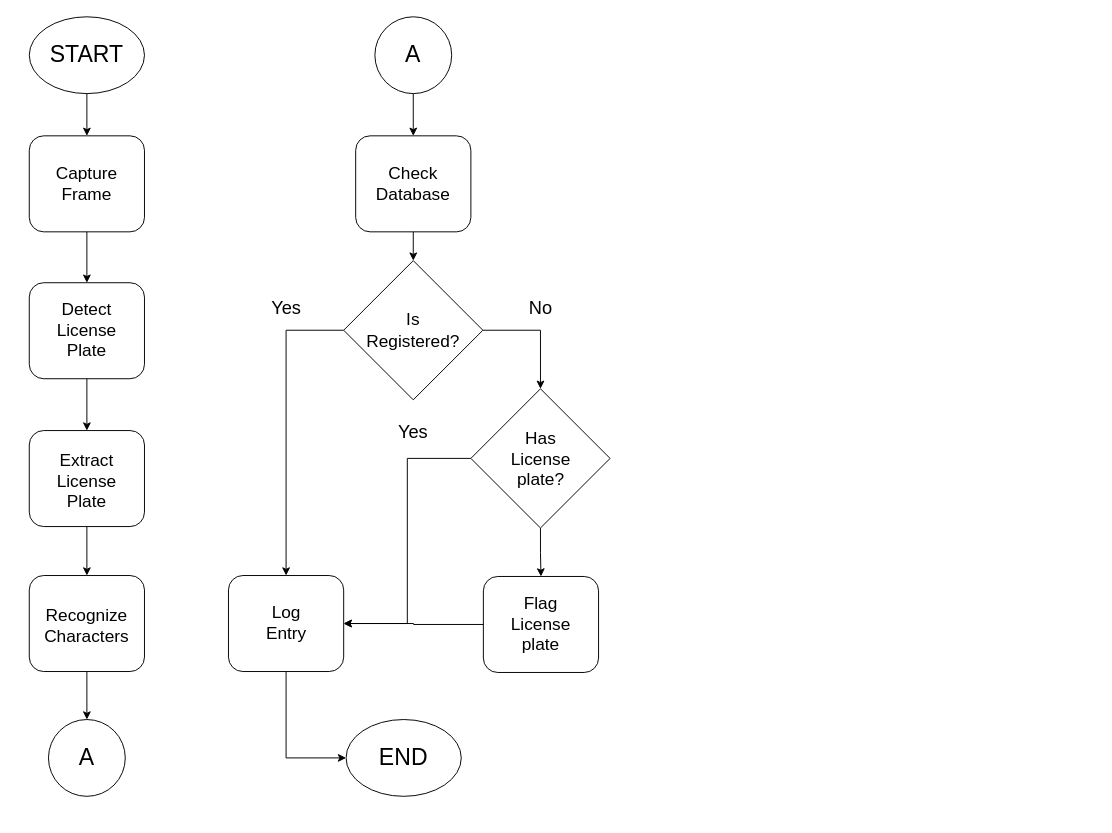
joshuabautista-cyber/Diagrams keeps this draw.io diagram as Flowchart.drawio. Above is the earlier version. Source tidied: cells renumbered, new cells numbered last; positions are measured from the earlier drawing's top-left corner, leaving out a move shared by most shapes. Both pictures are drawn from the tidied source at 96%, with x=0, y=0 at pixel (29, 16).
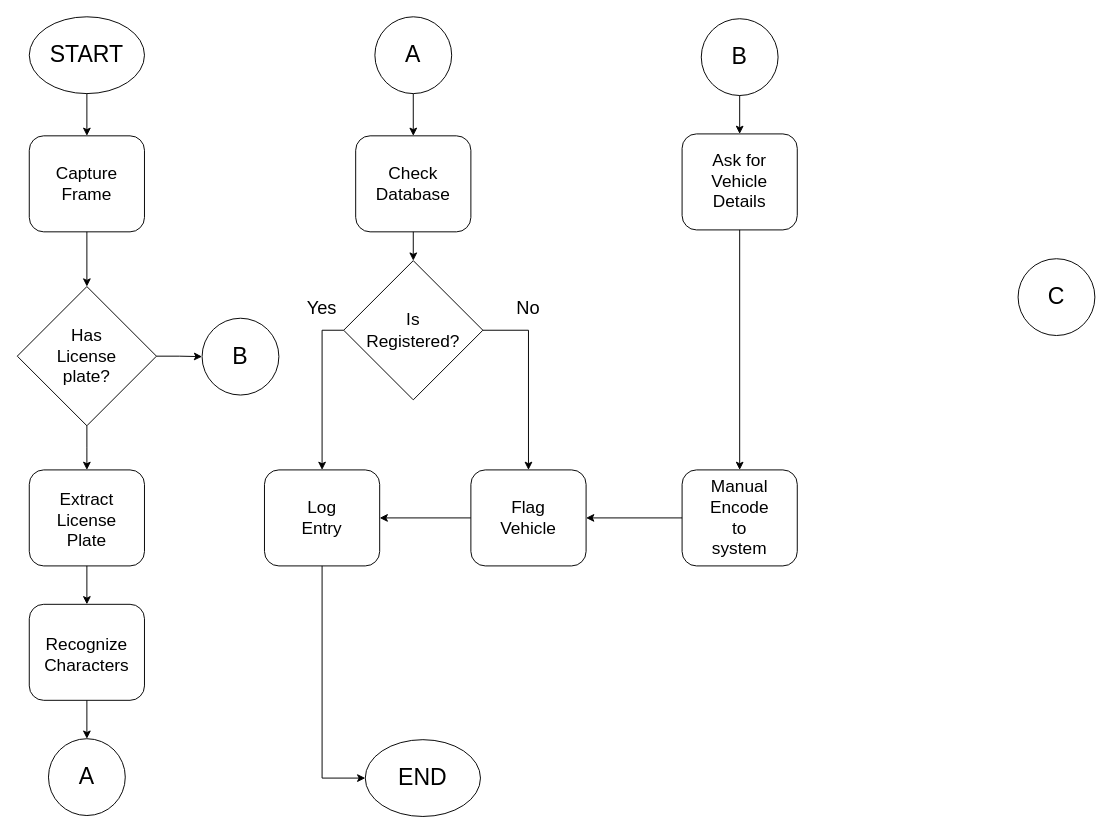
The same page after the edit.

The change refers to these unchanged cells:
```xml
<mxCell id="7" style="rounded=1;whiteSpace=wrap;html=1;" parent="6" vertex="1">
  <mxGeometry width="120" height="100" as="geometry" />
</mxCell>
<mxCell id="10" style="rounded=1;whiteSpace=wrap;html=1;" parent="9" vertex="1">
  <mxGeometry width="120" height="100" as="geometry" />
</mxCell>
<mxCell id="19" style="rounded=1;whiteSpace=wrap;html=1;" parent="18" vertex="1">
  <mxGeometry width="120" height="100" as="geometry" />
</mxCell>
<mxCell id="35" style="rounded=1;whiteSpace=wrap;html=1;" parent="34" vertex="1">
  <mxGeometry width="120" height="100" as="geometry" />
</mxCell>
<mxCell id="39" style="rhombus;whiteSpace=wrap;html=1;" parent="38" vertex="1">
  <mxGeometry width="145" height="145" as="geometry" />
</mxCell>
<mxCell id="47" style="rounded=1;whiteSpace=wrap;html=1;" parent="46" vertex="1">
  <mxGeometry width="120" height="100" as="geometry" />
</mxCell>
```

Change to the diagram source:
```diff
@@
-    <mxCell id="2" style="ellipse;whiteSpace=wrap;html=1;" parent="1" vertex="1">
-      <mxGeometry x="20" y="732" width="80" height="80" as="geometry" />
-    </mxCell>
@@
     <mxCell id="9" style="group;" parent="1" vertex="1">
-      <mxGeometry y="277" width="120" height="100" as="geometry" />
+      <mxGeometry y="472" width="120" height="100" as="geometry" />
     </mxCell>
@@
-    <mxCell id="11" value="&lt;font style=&quot;font-size: 18px;&quot;&gt;Detect License Plate&lt;/font&gt;" style="text;html=1;whiteSpace=wrap;strokeColor=none;fillColor=none;align=center;verticalAlign=middle;rounded=0;" parent="9" vertex="1">
-      <mxGeometry x="30" y="35" width="60" height="30" as="geometry" />
-    </mxCell>
+    <mxCell id="15" value="&lt;font style=&quot;font-size: 18px;&quot;&gt;Extract&lt;/font&gt;&lt;div&gt;&lt;font style=&quot;font-size: 18px;&quot;&gt;License Plate&lt;/font&gt;&lt;/div&gt;" style="text;html=1;whiteSpace=wrap;strokeColor=none;fillColor=none;align=center;verticalAlign=middle;rounded=0;" parent="9" vertex="1">
+      <mxGeometry x="30" y="40" width="60" height="25" as="geometry" />
+    </mxCell>
@@
-    <mxCell id="13" style="group;" parent="1" vertex="1">
-      <mxGeometry y="431" width="120" height="100" as="geometry" />
-    </mxCell>
-    <mxCell id="14" style="rounded=1;whiteSpace=wrap;html=1;" parent="13" vertex="1">
-      <mxGeometry width="120" height="100" as="geometry" />
-    </mxCell>
-    <mxCell id="15" value="&lt;font style=&quot;font-size: 18px;&quot;&gt;Extract&lt;/font&gt;&lt;div&gt;&lt;font style=&quot;font-size: 18px;&quot;&gt;License Plate&lt;/font&gt;&lt;/div&gt;" style="text;html=1;whiteSpace=wrap;strokeColor=none;fillColor=none;align=center;verticalAlign=middle;rounded=0;" parent="13" vertex="1">
-      <mxGeometry x="30" y="40" width="60" height="25" as="geometry" />
-    </mxCell>
-    <mxCell id="16" style="edgeStyle=orthogonalEdgeStyle;rounded=0;jettySize=auto;html=1;" parent="1" edge="1" source="7" target="10">
-      <mxGeometry relative="1" as="geometry" />
-    </mxCell>
-    <mxCell id="17" style="edgeStyle=orthogonalEdgeStyle;rounded=0;jettySize=auto;html=1;" parent="1" edge="1" source="10" target="14">
-      <mxGeometry relative="1" as="geometry" />
-    </mxCell>
     <mxCell id="18" style="group;" parent="1" vertex="1">
-      <mxGeometry y="582" width="120" height="100" as="geometry" />
+      <mxGeometry y="612" width="120" height="100" as="geometry" />
     </mxCell>
@@
-    <mxCell id="21" style="edgeStyle=orthogonalEdgeStyle;rounded=0;jettySize=auto;html=1;exitX=0.5;exitY=1;exitDx=0;exitDy=0;entryX=0.5;entryY=0;entryDx=0;entryDy=0;" parent="1" edge="1" source="14" target="19">
-      <mxGeometry relative="1" as="geometry" />
-    </mxCell>
-    <mxCell id="22" value="&lt;font style=&quot;font-size: 24px;&quot;&gt;A&lt;/font&gt;" style="text;html=1;whiteSpace=wrap;strokeColor=none;fillColor=none;align=center;verticalAlign=middle;rounded=0;" parent="1" vertex="1">
-      <mxGeometry x="30" y="757" width="60" height="30" as="geometry" />
-    </mxCell>
-    <mxCell id="23" style="edgeStyle=orthogonalEdgeStyle;rounded=0;jettySize=auto;html=1;exitX=0.5;exitY=1;exitDx=0;exitDy=0;entryX=0.5;entryY=0;entryDx=0;entryDy=0;" parent="1" edge="1" source="19" target="2">
-      <mxGeometry relative="1" as="geometry" />
-    </mxCell>
@@
-    <mxCell id="30" style="edgeStyle=orthogonalEdgeStyle;rounded=0;jettySize=auto;html=1;exitX=1;exitY=0.5;exitDx=0;exitDy=0;entryX=0.5;entryY=0;entryDx=0;entryDy=0;" parent="1" edge="1" source="39" target="42">
-      <mxGeometry relative="1" as="geometry" />
-    </mxCell>
@@
     <mxCell id="33" value="&lt;font style=&quot;font-size: 19px;&quot;&gt;No&lt;/font&gt;" style="text;html=1;whiteSpace=wrap;strokeColor=none;fillColor=none;align=center;verticalAlign=middle;rounded=0;" parent="1" vertex="1">
-      <mxGeometry x="502.5" y="289" width="60" height="30" as="geometry" />
+      <mxGeometry x="490" y="289" width="60" height="30" as="geometry" />
     </mxCell>
     <mxCell id="34" style="group;" parent="1" vertex="1">
-      <mxGeometry x="207.5" y="582" width="120" height="100" as="geometry" />
+      <mxGeometry x="245" y="472" width="120" height="100" as="geometry" />
     </mxCell>
@@
-    <mxCell id="37" style="edgeStyle=orthogonalEdgeStyle;rounded=0;jettySize=auto;html=1;entryX=1;entryY=0.5;entryDx=0;entryDy=0;exitX=0;exitY=0.5;exitDx=0;exitDy=0;" parent="1" edge="1" source="42" target="35">
-      <mxGeometry relative="1" as="geometry" />
-    </mxCell>
@@
-    <mxCell id="41" style="group;" parent="1" vertex="1">
-      <mxGeometry x="460" y="387.5" width="145" height="145" as="geometry" />
-    </mxCell>
-    <mxCell id="42" style="rhombus;whiteSpace=wrap;html=1;" parent="41" vertex="1">
-      <mxGeometry width="145" height="145" as="geometry" />
-    </mxCell>
-    <mxCell id="43" value="&lt;font style=&quot;font-size: 18px;&quot;&gt;Has License plate?&lt;/font&gt;" style="text;html=1;whiteSpace=wrap;strokeColor=none;fillColor=none;align=center;verticalAlign=middle;rounded=0;" parent="41" vertex="1">
-      <mxGeometry x="42.5" y="58.5" width="60" height="30" as="geometry" />
-    </mxCell>
     <mxCell id="44" value="&lt;font style=&quot;font-size: 19px;&quot;&gt;Yes&lt;/font&gt;" style="text;html=1;whiteSpace=wrap;strokeColor=none;fillColor=none;align=center;verticalAlign=middle;rounded=0;" parent="1" vertex="1">
-      <mxGeometry x="237.5" y="289" width="60" height="30" as="geometry" />
+      <mxGeometry x="275" y="289" width="60" height="30" as="geometry" />
     </mxCell>
-    <mxCell id="45" value="&lt;font style=&quot;font-size: 19px;&quot;&gt;Yes&lt;/font&gt;" style="text;html=1;whiteSpace=wrap;strokeColor=none;fillColor=none;align=center;verticalAlign=middle;rounded=0;" parent="1" vertex="1">
-      <mxGeometry x="370" y="418" width="60" height="30" as="geometry" />
-    </mxCell>
     <mxCell id="46" style="group;" parent="1" vertex="1">
-      <mxGeometry x="473" y="583" width="120" height="100" as="geometry" />
+      <mxGeometry x="680" y="122" width="120" height="100" as="geometry" />
     </mxCell>
@@
-    <mxCell id="48" value="&lt;font style=&quot;font-size: 18px;&quot;&gt;Flag License plate&lt;/font&gt;" style="text;html=1;whiteSpace=wrap;strokeColor=none;fillColor=none;align=center;verticalAlign=middle;rounded=0;" parent="46" vertex="1">
+    <mxCell id="48" value="&lt;font style=&quot;font-size: 18px;&quot;&gt;Ask for Vehicle Details&lt;/font&gt;" style="text;html=1;whiteSpace=wrap;strokeColor=none;fillColor=none;align=center;verticalAlign=middle;rounded=0;" parent="46" vertex="1">
       <mxGeometry x="30" y="35" width="60" height="30" as="geometry" />
     </mxCell>
-    <mxCell id="49" style="edgeStyle=orthogonalEdgeStyle;rounded=0;jettySize=auto;html=1;exitX=0.5;exitY=1;exitDx=0;exitDy=0;entryX=0.5;entryY=0;entryDx=0;entryDy=0;" parent="1" edge="1" source="42" target="47">
-      <mxGeometry relative="1" as="geometry" />
-    </mxCell>
-    <mxCell id="50" style="edgeStyle=orthogonalEdgeStyle;rounded=0;jettySize=auto;html=1;entryX=1;entryY=0.5;entryDx=0;entryDy=0;" parent="1" edge="1" source="47" target="35">
+    <mxCell id="50" style="edgeStyle=orthogonalEdgeStyle;rounded=0;jettySize=auto;html=1;entryX=0.5;entryY=0;entryDx=0;entryDy=0;exitX=0.5;exitY=1;exitDx=0;exitDy=0;" parent="1" edge="1" source="47" target="78">
       <mxGeometry relative="1" as="geometry" />
     </mxCell>
-    <mxCell id="51" style="group;" parent="1" vertex="1">
-      <mxGeometry x="330" y="732" width="120" height="80" as="geometry" />
-    </mxCell>
+    <mxCell id="55" style="group;" parent="1" vertex="1">
+      <mxGeometry x="20" y="752" width="80" height="80" as="geometry" />
+    </mxCell>
+    <mxCell id="2" style="ellipse;whiteSpace=wrap;html=1;" parent="55" vertex="1">
+      <mxGeometry width="80" height="80" as="geometry" />
+    </mxCell>
+    <mxCell id="22" value="&lt;font style=&quot;font-size: 24px;&quot;&gt;A&lt;/font&gt;" style="text;html=1;whiteSpace=wrap;strokeColor=none;fillColor=none;align=center;verticalAlign=middle;rounded=0;" parent="55" vertex="1">
+      <mxGeometry x="10" y="25" width="60" height="30" as="geometry" />
+    </mxCell>
+    <mxCell id="56" style="group;" parent="1" vertex="1">
+      <mxGeometry x="180" y="314" width="80" height="80" as="geometry" />
+    </mxCell>
+    <mxCell id="57" style="ellipse;whiteSpace=wrap;html=1;" parent="56" vertex="1">
+      <mxGeometry width="80" height="80" as="geometry" />
+    </mxCell>
+    <mxCell id="58" value="&lt;font style=&quot;font-size: 24px;&quot;&gt;B&lt;/font&gt;" style="text;html=1;whiteSpace=wrap;strokeColor=none;fillColor=none;align=center;verticalAlign=middle;rounded=0;" parent="56" vertex="1">
+      <mxGeometry x="10" y="25" width="60" height="30" as="geometry" />
+    </mxCell>
+    <mxCell id="59" style="group;" parent="1" vertex="1">
+      <mxGeometry x="700" y="2" width="80" height="80" as="geometry" />
+    </mxCell>
+    <mxCell id="60" style="ellipse;whiteSpace=wrap;html=1;" parent="59" vertex="1">
+      <mxGeometry width="80" height="80" as="geometry" />
+    </mxCell>
+    <mxCell id="61" value="&lt;font style=&quot;font-size: 24px;&quot;&gt;B&lt;/font&gt;" style="text;html=1;whiteSpace=wrap;strokeColor=none;fillColor=none;align=center;verticalAlign=middle;rounded=0;" parent="59" vertex="1">
+      <mxGeometry x="10" y="25" width="60" height="30" as="geometry" />
+    </mxCell>
+    <mxCell id="62" style="group;" parent="1" vertex="1">
+      <mxGeometry x="1030" y="252" width="80" height="80" as="geometry" />
+    </mxCell>
+    <mxCell id="63" style="ellipse;whiteSpace=wrap;html=1;" parent="62" vertex="1">
+      <mxGeometry width="80" height="80" as="geometry" />
+    </mxCell>
+    <mxCell id="64" value="&lt;font style=&quot;font-size: 24px;&quot;&gt;C&lt;/font&gt;" style="text;html=1;whiteSpace=wrap;strokeColor=none;fillColor=none;align=center;verticalAlign=middle;rounded=0;" parent="62" vertex="1">
+      <mxGeometry x="10" y="25" width="60" height="30" as="geometry" />
+    </mxCell>
+    <mxCell id="65" style="group;" parent="1" vertex="1">
+      <mxGeometry x="350" y="753" width="120" height="80" as="geometry" />
+    </mxCell>
-    <mxCell id="52" style="ellipse;whiteSpace=wrap;html=1;" parent="51" vertex="1">
+    <mxCell id="52" style="ellipse;whiteSpace=wrap;html=1;" parent="65" vertex="1">
       <mxGeometry width="120" height="80" as="geometry" />
     </mxCell>
-    <mxCell id="53" value="&lt;font style=&quot;font-size: 24px;&quot;&gt;END&lt;/font&gt;" style="text;html=1;whiteSpace=wrap;strokeColor=none;fillColor=none;align=center;verticalAlign=middle;rounded=0;" parent="51" vertex="1">
+    <mxCell id="53" value="&lt;font style=&quot;font-size: 24px;&quot;&gt;END&lt;/font&gt;" style="text;html=1;whiteSpace=wrap;strokeColor=none;fillColor=none;align=center;verticalAlign=middle;rounded=0;" parent="65" vertex="1">
       <mxGeometry x="30" y="25" width="60" height="30" as="geometry" />
     </mxCell>
+    <mxCell id="66" style="group;" parent="1" vertex="1">
+      <mxGeometry x="-12.5" y="281" width="145" height="145" as="geometry" />
+    </mxCell>
+    <mxCell id="42" style="rhombus;whiteSpace=wrap;html=1;" parent="66" vertex="1">
+      <mxGeometry width="145" height="145" as="geometry" />
+    </mxCell>
+    <mxCell id="43" value="&lt;font style=&quot;font-size: 18px;&quot;&gt;Has License plate?&lt;/font&gt;" style="text;html=1;whiteSpace=wrap;strokeColor=none;fillColor=none;align=center;verticalAlign=middle;rounded=0;" parent="66" vertex="1">
+      <mxGeometry x="42.5" y="57.5" width="60" height="30" as="geometry" />
+    </mxCell>
+    <mxCell id="67" style="edgeStyle=orthogonalEdgeStyle;rounded=0;jettySize=auto;html=1;" parent="1" edge="1" source="7" target="42">
+      <mxGeometry relative="1" as="geometry" />
+    </mxCell>
+    <mxCell id="68" style="edgeStyle=orthogonalEdgeStyle;rounded=0;jettySize=auto;html=1;" parent="1" edge="1" source="42">
+      <mxGeometry relative="1" as="geometry">
+        <mxPoint x="60" y="472" as="targetPoint" />
+      </mxGeometry>
+    </mxCell>
+    <mxCell id="69" style="edgeStyle=orthogonalEdgeStyle;rounded=0;jettySize=auto;html=1;entryX=0;entryY=0.5;entryDx=0;entryDy=0;" parent="1" edge="1" source="42" target="57">
+      <mxGeometry relative="1" as="geometry" />
+    </mxCell>
     <mxCell id="54" style="edgeStyle=orthogonalEdgeStyle;rounded=0;jettySize=auto;html=1;exitX=0.5;exitY=1;exitDx=0;exitDy=0;entryX=0;entryY=0.5;entryDx=0;entryDy=0;" parent="1" edge="1" source="35" target="52">
-      <mxGeometry relative="1" as="geometry" />
+      <mxGeometry relative="1" as="geometry">
+        <Array as="points">
+          <mxPoint x="305" y="793" />
+        </Array>
+      </mxGeometry>
     </mxCell>
+    <mxCell id="70" style="edgeStyle=orthogonalEdgeStyle;rounded=0;jettySize=auto;html=1;exitX=1;exitY=0.5;exitDx=0;exitDy=0;entryX=0.5;entryY=0;entryDx=0;entryDy=0;" parent="1" edge="1" source="39" target="74">
+      <mxGeometry relative="1" as="geometry" />
+    </mxCell>
+    <mxCell id="71" style="edgeStyle=orthogonalEdgeStyle;rounded=0;jettySize=auto;html=1;entryX=1;entryY=0.5;entryDx=0;entryDy=0;exitX=0;exitY=0.5;exitDx=0;exitDy=0;" parent="1" edge="1" source="74" target="35">
+      <mxGeometry relative="1" as="geometry" />
+    </mxCell>
+    <mxCell id="72" style="edgeStyle=orthogonalEdgeStyle;rounded=0;jettySize=auto;html=1;exitX=0.5;exitY=1;exitDx=0;exitDy=0;entryX=0.5;entryY=0;entryDx=0;entryDy=0;" parent="1" edge="1" source="10" target="19">
+      <mxGeometry relative="1" as="geometry" />
+    </mxCell>
+    <mxCell id="23" style="edgeStyle=orthogonalEdgeStyle;rounded=0;jettySize=auto;html=1;exitX=0.5;exitY=1;exitDx=0;exitDy=0;entryX=0.5;entryY=0;entryDx=0;entryDy=0;" parent="1" edge="1" source="19" target="2">
+      <mxGeometry relative="1" as="geometry" />
+    </mxCell>
+    <mxCell id="73" style="group;" parent="1" vertex="1">
+      <mxGeometry x="460" y="472" width="120" height="100" as="geometry" />
+    </mxCell>
+    <mxCell id="74" style="rounded=1;whiteSpace=wrap;html=1;" parent="73" vertex="1">
+      <mxGeometry width="120" height="100" as="geometry" />
+    </mxCell>
+    <mxCell id="75" value="&lt;font style=&quot;font-size: 18px;&quot;&gt;Flag Vehicle&lt;/font&gt;" style="text;html=1;whiteSpace=wrap;strokeColor=none;fillColor=none;align=center;verticalAlign=middle;rounded=0;" parent="73" vertex="1">
+      <mxGeometry x="30" y="35" width="60" height="30" as="geometry" />
+    </mxCell>
+    <mxCell id="76" style="edgeStyle=orthogonalEdgeStyle;rounded=0;jettySize=auto;html=1;exitX=0.5;exitY=1;exitDx=0;exitDy=0;entryX=0.5;entryY=0;entryDx=0;entryDy=0;" parent="1" edge="1" source="60" target="47">
+      <mxGeometry relative="1" as="geometry" />
+    </mxCell>
+    <mxCell id="77" style="group;" parent="1" vertex="1">
+      <mxGeometry x="680" y="472" width="120" height="100" as="geometry" />
+    </mxCell>
+    <mxCell id="78" style="rounded=1;whiteSpace=wrap;html=1;" parent="77" vertex="1">
+      <mxGeometry width="120" height="100" as="geometry" />
+    </mxCell>
+    <mxCell id="79" value="&lt;font style=&quot;font-size: 18px;&quot;&gt;Manual&lt;/font&gt;&lt;div&gt;&lt;font style=&quot;font-size: 18px;&quot;&gt;Encode to system&lt;/font&gt;&lt;/div&gt;" style="text;html=1;whiteSpace=wrap;strokeColor=none;fillColor=none;align=center;verticalAlign=middle;rounded=0;" parent="77" vertex="1">
+      <mxGeometry x="30" y="35" width="60" height="30" as="geometry" />
+    </mxCell>
+    <mxCell id="80" style="edgeStyle=orthogonalEdgeStyle;rounded=0;jettySize=auto;html=1;exitX=0;exitY=0.5;exitDx=0;exitDy=0;entryX=1;entryY=0.5;entryDx=0;entryDy=0;" parent="1" edge="1" source="78" target="74">
+      <mxGeometry relative="1" as="geometry" />
+    </mxCell>
```
